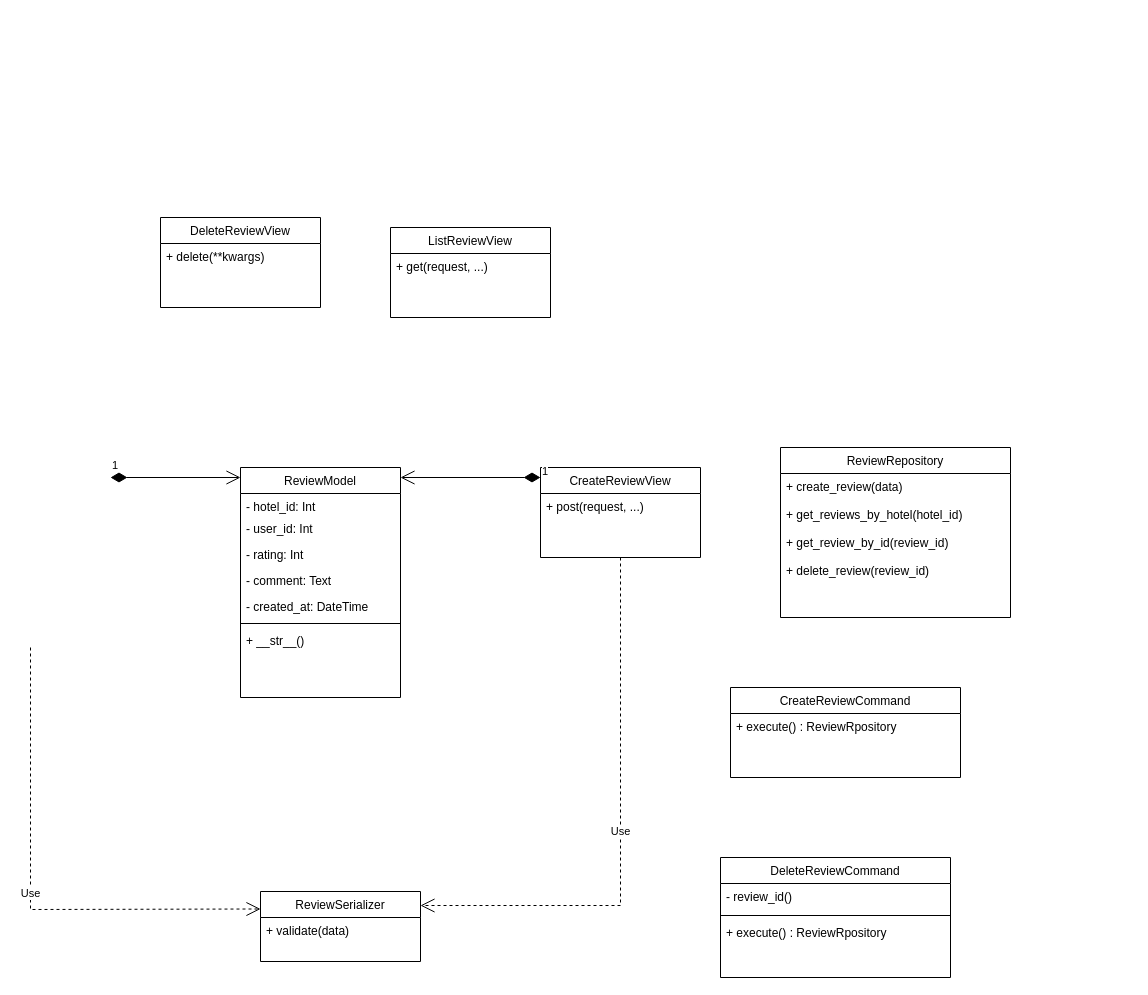
The draw.io diagram class_diagram/framework of booking-Review Service.drawio.xml in Travel-Booking-Framework/hotel-review-service, before the edit. Source tidied: cells renumbered, new cells numbered last; positions are measured from the earlier drawing's top-left corner, leaving out a move shared by most shapes. Both pictures are drawn from the tidied source at 100%, with x=0, y=0 at pixel (30, 217).
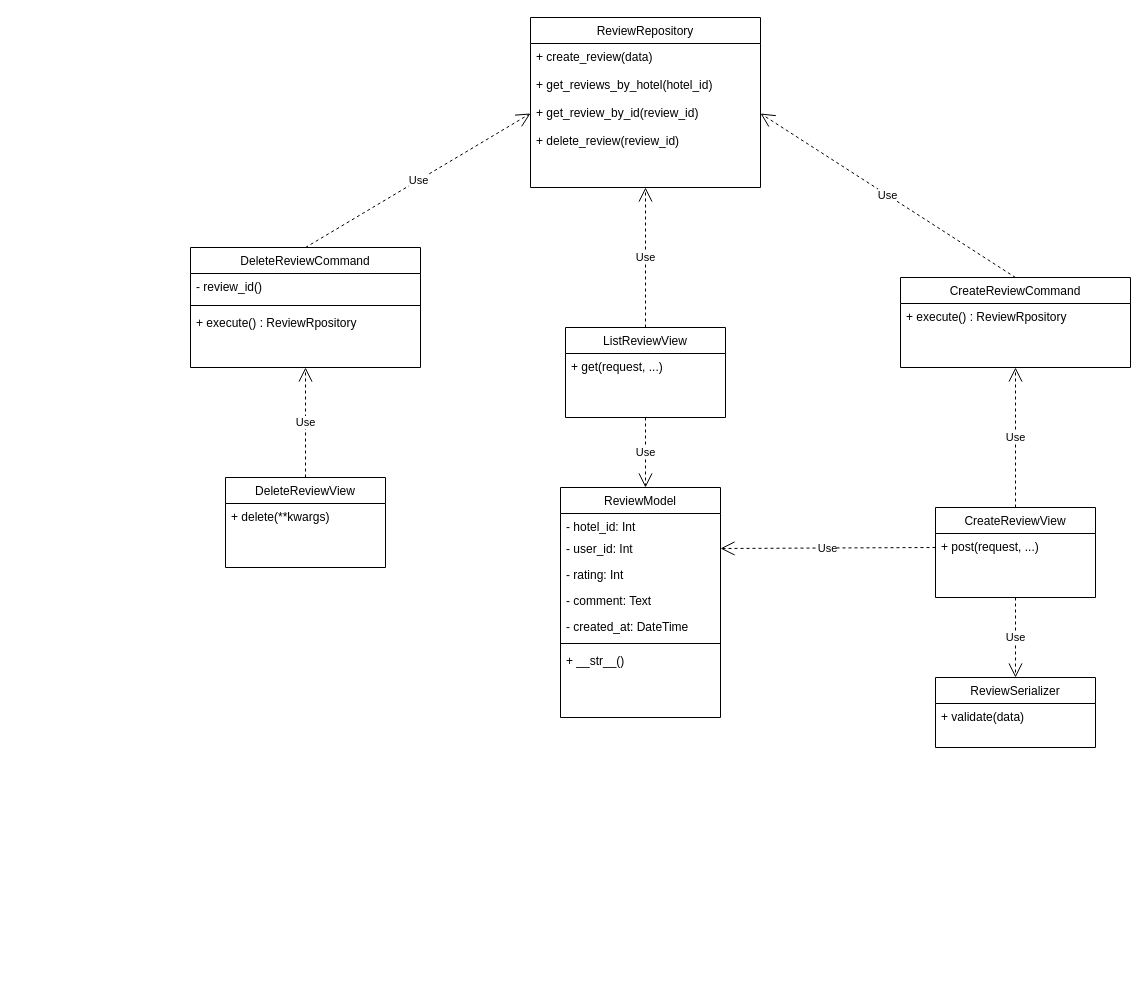
The same page after the edit.

Commit message (it also covers changes not shown here):
Add review class diagram

Unchanged cells that the change refers to:
```xml
<mxCell id="4" value="- user_id: Int" style="text;align=left;verticalAlign=top;spacingLeft=4;spacingRight=4;overflow=hidden;points=[[0,0.5],[1,0.5]];portConstraint=eastwest;rounded=0;shadow=0;html=0;" parent="2" vertex="1">
  <mxGeometry y="48" width="160" height="26" as="geometry" />
</mxCell>
<mxCell id="11" value="+ post(request, ...) " style="text;align=left;verticalAlign=top;spacingLeft=4;spacingRight=4;overflow=hidden;points=[[0,0.5],[1,0.5]];portConstraint=eastwest;" parent="10" vertex="1">
  <mxGeometry y="26" width="160" height="28" as="geometry" />
</mxCell>
<mxCell id="23" value="+ get_review_by_id(review_id) " style="text;align=left;verticalAlign=top;spacingLeft=4;spacingRight=4;overflow=hidden;points=[[0,0.5],[1,0.5]];portConstraint=eastwest;" parent="20" vertex="1">
  <mxGeometry y="82" width="230" height="28" as="geometry" />
</mxCell>
```

Change to the diagram source:
```diff
@@
     <mxCell id="2" value="ReviewModel" style="swimlane;fontStyle=0;align=center;verticalAlign=top;horizontal=1;startSize=26;rounded=0;shadow=0;strokeWidth=1;" parent="1" vertex="1">
-      <mxGeometry x="210" y="250" width="160" height="230" as="geometry" />
+      <mxGeometry x="530" y="270" width="160" height="230" as="geometry" />
     </mxCell>
@@
     <mxCell id="10" value="CreateReviewView" style="swimlane;fontStyle=0;align=center;verticalAlign=top;horizontal=1;startSize=26;rounded=0;shadow=0;strokeWidth=1;" parent="1" vertex="1">
-      <mxGeometry x="510" y="250" width="160" height="90" as="geometry" />
+      <mxGeometry x="905" y="290" width="160" height="90" as="geometry" />
     </mxCell>
@@
     <mxCell id="12" value="ReviewSerializer" style="swimlane;fontStyle=0;align=center;verticalAlign=top;horizontal=1;startSize=26;rounded=0;shadow=0;strokeWidth=1;" parent="1" vertex="1">
-      <mxGeometry x="230" y="674" width="160" height="70" as="geometry" />
+      <mxGeometry x="905" y="460" width="160" height="70" as="geometry" />
     </mxCell>
@@
-    <mxCell id="14" value="Use" style="endArrow=open;endSize=12;dashed=1;html=1;rounded=0;entryX=0;entryY=0.25;entryDx=0;entryDy=0;exitX=0.5;exitY=1;exitDx=0;exitDy=0;" parent="1" edge="1" target="12">
-      <mxGeometry relative="1" as="geometry">
-        <mxPoint y="430" as="sourcePoint" />
-        <Array as="points">
-          <mxPoint y="692" />
-        </Array>
-      </mxGeometry>
-    </mxCell>
-    <mxCell id="15" value="Use" style="endArrow=open;endSize=12;dashed=1;html=1;rounded=0;exitX=0.5;exitY=1;exitDx=0;exitDy=0;" parent="1" edge="1" source="10">
-      <mxGeometry relative="1" as="geometry">
-        <mxPoint x="390" y="688" as="targetPoint" />
-        <Array as="points">
-          <mxPoint x="590" y="688" />
-        </Array>
-      </mxGeometry>
-    </mxCell>
-    <mxCell id="16" value="1" style="endArrow=open;html=1;endSize=12;startArrow=diamondThin;startSize=14;startFill=1;edgeStyle=orthogonalEdgeStyle;align=left;verticalAlign=bottom;rounded=0;" parent="1" edge="1">
-      <mxGeometry x="-1" y="3" relative="1" as="geometry">
-        <mxPoint x="80" y="260" as="sourcePoint" />
-        <mxPoint x="210" y="260" as="targetPoint" />
-      </mxGeometry>
-    </mxCell>
-    <mxCell id="17" value="1" style="endArrow=open;html=1;endSize=12;startArrow=diamondThin;startSize=14;startFill=1;edgeStyle=orthogonalEdgeStyle;align=left;verticalAlign=bottom;rounded=0;" parent="1" edge="1">
-      <mxGeometry x="-1" y="3" relative="1" as="geometry">
-        <mxPoint x="510" y="260" as="sourcePoint" />
-        <mxPoint x="370" y="260" as="targetPoint" />
-      </mxGeometry>
-    </mxCell>
     <mxCell id="18" value="CreateReviewCommand" style="swimlane;fontStyle=0;align=center;verticalAlign=top;horizontal=1;startSize=26;rounded=0;shadow=0;strokeWidth=1;" parent="1" vertex="1">
-      <mxGeometry x="700" y="470" width="230" height="90" as="geometry" />
+      <mxGeometry x="870" y="60" width="230" height="90" as="geometry" />
     </mxCell>
@@
     <mxCell id="20" value="ReviewRepository" style="swimlane;fontStyle=0;align=center;verticalAlign=top;horizontal=1;startSize=26;rounded=0;shadow=0;strokeWidth=1;" parent="1" vertex="1">
-      <mxGeometry x="750" y="230" width="230" height="170" as="geometry" />
+      <mxGeometry x="500" y="-200" width="230" height="170" as="geometry" />
     </mxCell>
@@
     <mxCell id="25" value="DeleteReviewCommand" style="swimlane;fontStyle=0;align=center;verticalAlign=top;horizontal=1;startSize=26;rounded=0;shadow=0;strokeWidth=1;" parent="1" vertex="1">
-      <mxGeometry x="690" y="640" width="230" height="120" as="geometry" />
+      <mxGeometry x="160" y="30" width="230" height="120" as="geometry" />
     </mxCell>
@@
     <mxCell id="29" value="ListReviewView" style="swimlane;fontStyle=0;align=center;verticalAlign=top;horizontal=1;startSize=26;rounded=0;shadow=0;strokeWidth=1;" parent="1" vertex="1">
-      <mxGeometry x="360" y="10" width="160" height="90" as="geometry" />
+      <mxGeometry x="535" y="110" width="160" height="90" as="geometry" />
     </mxCell>
@@
     <mxCell id="31" value="DeleteReviewView" style="swimlane;fontStyle=0;align=center;verticalAlign=top;horizontal=1;startSize=26;rounded=0;shadow=0;strokeWidth=1;" parent="1" vertex="1">
-      <mxGeometry x="130" width="160" height="90" as="geometry" />
+      <mxGeometry x="195" y="260" width="160" height="90" as="geometry" />
     </mxCell>
@@
+    <mxCell id="33" value="Use" style="endArrow=open;endSize=12;dashed=1;html=1;rounded=0;entryX=0.5;entryY=1;entryDx=0;entryDy=0;exitX=0.5;exitY=0;exitDx=0;exitDy=0;" parent="1" edge="1" source="10" target="18">
+      <mxGeometry relative="1" as="geometry" />
+    </mxCell>
+    <mxCell id="34" value="Use" style="endArrow=open;endSize=12;dashed=1;html=1;rounded=0;exitX=0.5;exitY=0;exitDx=0;exitDy=0;entryX=0.5;entryY=1;entryDx=0;entryDy=0;" parent="1" edge="1" source="31" target="25">
+      <mxGeometry relative="1" as="geometry" />
+    </mxCell>
+    <mxCell id="35" value="Use" style="endArrow=open;endSize=12;dashed=1;html=1;rounded=0;entryX=1;entryY=0.5;entryDx=0;entryDy=0;exitX=0.5;exitY=0;exitDx=0;exitDy=0;" parent="1" edge="1" source="18" target="23">
+      <mxGeometry relative="1" as="geometry" />
+    </mxCell>
+    <mxCell id="36" value="Use" style="endArrow=open;endSize=12;dashed=1;html=1;rounded=0;exitX=0.5;exitY=0;exitDx=0;exitDy=0;entryX=0.5;entryY=1;entryDx=0;entryDy=0;" parent="1" edge="1" source="29" target="20">
+      <mxGeometry relative="1" as="geometry" />
+    </mxCell>
+    <mxCell id="37" value="Use" style="endArrow=open;endSize=12;dashed=1;html=1;rounded=0;entryX=0;entryY=0.5;entryDx=0;entryDy=0;exitX=0.5;exitY=0;exitDx=0;exitDy=0;" parent="1" edge="1" source="25" target="23">
+      <mxGeometry relative="1" as="geometry" />
+    </mxCell>
+    <mxCell id="38" value="Use" style="endArrow=open;endSize=12;dashed=1;html=1;rounded=0;entryX=0.5;entryY=0;entryDx=0;entryDy=0;exitX=0.5;exitY=1;exitDx=0;exitDy=0;" parent="1" edge="1" source="10" target="12">
+      <mxGeometry relative="1" as="geometry" />
+    </mxCell>
+    <mxCell id="39" value="Use" style="endArrow=open;endSize=12;dashed=1;html=1;rounded=0;entryX=1;entryY=0.5;entryDx=0;entryDy=0;exitX=0;exitY=0.5;exitDx=0;exitDy=0;" parent="1" edge="1" source="11" target="4">
+      <mxGeometry relative="1" as="geometry" />
+    </mxCell>
+    <mxCell id="15" value="Use" style="endArrow=open;endSize=12;dashed=1;html=1;rounded=0;exitX=0.5;exitY=1;exitDx=0;exitDy=0;" parent="1" edge="1" source="29">
+      <mxGeometry relative="1" as="geometry">
+        <mxPoint x="615" y="270" as="targetPoint" />
+      </mxGeometry>
+    </mxCell>
```
